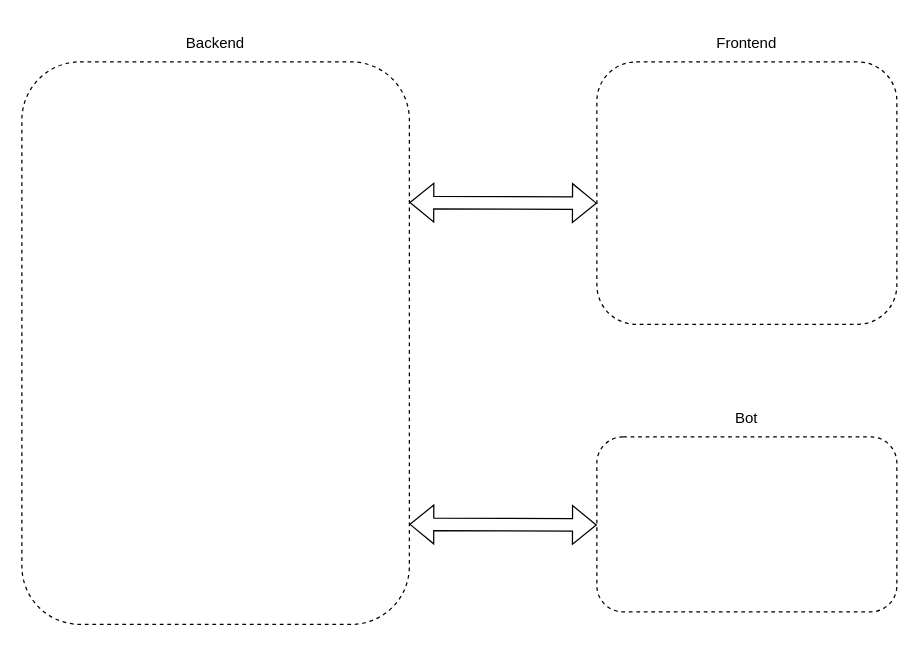
Earlier version of the draw.io diagram Untitled Diagram.drawio (nftPower88/CryptoGraphBot). Source tidied: cells renumbered, new cells numbered last; positions are measured from the earlier drawing's top-left corner, leaving out a move shared by most shapes. Both pictures are drawn from the tidied source at 125%, with x=0, y=0 at pixel (21, 24).
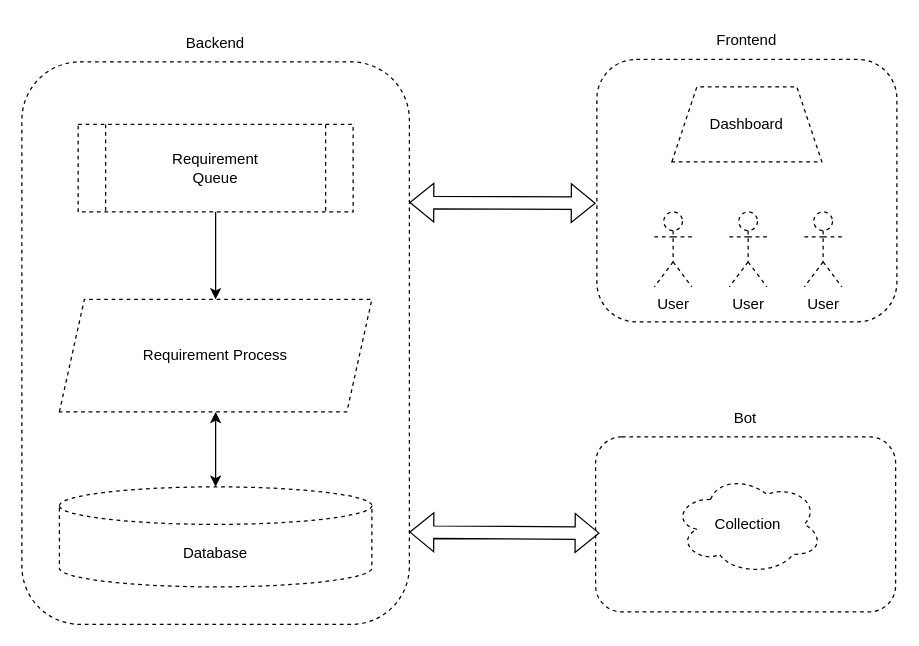
After the change.

Unchanged cells that the change refers to:
```xml
<mxCell id="2" style="group;dashed=1;strokeColor=none;fillColor=none;" parent="1" vertex="1">
  <mxGeometry width="310" height="480" as="geometry" />
</mxCell>
<mxCell id="3" style="rounded=1;whiteSpace=wrap;html=1;dashed=1;" parent="2" vertex="1">
  <mxGeometry y="30" width="310" height="450" as="geometry" />
</mxCell>
<mxCell id="6" style="rounded=1;whiteSpace=wrap;html=1;dashed=1;" parent="5" vertex="1">
  <mxGeometry y="30" width="240" height="210" as="geometry" />
</mxCell>
<mxCell id="9" style="rounded=1;whiteSpace=wrap;html=1;dashed=1;" parent="8" vertex="1">
  <mxGeometry y="30" width="240" height="140" as="geometry" />
</mxCell>
```

What changed in the source:
```diff
@@
+    <mxCell id="13" value="Requirement&lt;br&gt;Queue" style="shape=process;whiteSpace=wrap;html=1;backgroundOutline=1;dashed=1;strokeColor=#000000;fillColor=none;" parent="2" vertex="1">
+      <mxGeometry x="45" y="80" width="220" height="70" as="geometry" />
+    </mxCell>
+    <mxCell id="14" value="Database" style="shape=cylinder3;whiteSpace=wrap;html=1;boundedLbl=1;backgroundOutline=1;size=15;dashed=1;strokeColor=#000000;fillColor=none;" parent="2" vertex="1">
+      <mxGeometry x="30" y="370" width="250" height="80" as="geometry" />
+    </mxCell>
     <mxCell id="5" style="group;" parent="1" vertex="1">
-      <mxGeometry x="460" width="240" height="240" as="geometry" />
+      <mxGeometry x="460" y="-2" width="240" height="240" as="geometry" />
     </mxCell>
@@
+    <mxCell id="15" value="Dashboard" style="shape=trapezoid;perimeter=trapezoidPerimeter;whiteSpace=wrap;html=1;fixedSize=1;dashed=1;strokeColor=#000000;fillColor=none;" parent="5" vertex="1">
+      <mxGeometry x="60" y="52" width="120" height="60" as="geometry" />
+    </mxCell>
+    <mxCell id="16" value="User" style="shape=umlActor;verticalLabelPosition=bottom;verticalAlign=top;html=1;dashed=1;strokeColor=#000000;fillColor=none;" parent="5" vertex="1">
+      <mxGeometry x="46" y="152" width="30" height="60" as="geometry" />
+    </mxCell>
+    <mxCell id="17" value="User" style="shape=umlActor;verticalLabelPosition=bottom;verticalAlign=top;html=1;dashed=1;strokeColor=#000000;fillColor=none;" parent="5" vertex="1">
+      <mxGeometry x="106" y="152" width="30" height="60" as="geometry" />
+    </mxCell>
+    <mxCell id="18" value="User" style="shape=umlActor;verticalLabelPosition=bottom;verticalAlign=top;html=1;dashed=1;strokeColor=#000000;fillColor=none;" parent="5" vertex="1">
+      <mxGeometry x="166" y="152" width="30" height="60" as="geometry" />
+    </mxCell>
     <mxCell id="8" style="group;" parent="1" vertex="1">
-      <mxGeometry x="460" y="300" width="240" height="170" as="geometry" />
+      <mxGeometry x="459" y="300" width="240" height="170" as="geometry" />
     </mxCell>
@@
+    <mxCell id="19" value="Collection" style="ellipse;shape=cloud;whiteSpace=wrap;html=1;dashed=1;strokeColor=#000000;fillColor=none;" parent="8" vertex="1">
+      <mxGeometry x="62" y="60" width="120" height="80" as="geometry" />
+    </mxCell>
-    <mxCell id="11" style="shape=flexArrow;endArrow=classic;startArrow=classic;html=1;rounded=0;exitX=1;exitY=0.25;exitDx=0;exitDy=0;" parent="1" edge="1" source="3">
-      <mxGeometry relative="1" as="geometry">
-        <mxPoint x="460" y="143" as="targetPoint" />
-      </mxGeometry>
+    <mxCell id="11" style="shape=flexArrow;endArrow=classic;startArrow=classic;html=1;rounded=0;exitX=1;exitY=0.25;exitDx=0;exitDy=0;entryX=-0.004;entryY=0.548;entryDx=0;entryDy=0;entryPerimeter=0;" parent="1" edge="1" source="3" target="6">
+      <mxGeometry relative="1" as="geometry" />
     </mxCell>
-    <mxCell id="12" style="shape=flexArrow;endArrow=classic;startArrow=classic;html=1;rounded=0;exitX=1;exitY=0.25;exitDx=0;exitDy=0;" parent="1" edge="1">
-      <mxGeometry relative="1" as="geometry">
-        <mxPoint x="310" y="400" as="sourcePoint" />
-        <mxPoint x="460" y="400.5" as="targetPoint" />
-      </mxGeometry>
-    </mxCell>
+    <mxCell id="20" value="Requirement Process" style="shape=parallelogram;perimeter=parallelogramPerimeter;whiteSpace=wrap;html=1;fixedSize=1;fillColor=none;strokeColor=#000000;dashed=1;" parent="1" vertex="1">
+      <mxGeometry x="30" y="220" width="250" height="90" as="geometry" />
+    </mxCell>
+    <mxCell id="21" style="edgeStyle=orthogonalEdgeStyle;rounded=0;jettySize=auto;html=1;" parent="1" edge="1" source="13" target="20">
+      <mxGeometry relative="1" as="geometry" />
+    </mxCell>
+    <mxCell id="22" style="shape=flexArrow;endArrow=classic;startArrow=classic;html=1;rounded=0;exitX=1;exitY=0.836;exitDx=0;exitDy=0;exitPerimeter=0;entryX=0.013;entryY=0.55;entryDx=0;entryDy=0;entryPerimeter=0;" parent="1" edge="1" source="3" target="9">
+      <mxGeometry relative="1" as="geometry" />
+    </mxCell>
+    <mxCell id="23" style="endArrow=classic;startArrow=classic;html=1;rounded=0;entryX=0.5;entryY=1;entryDx=0;entryDy=0;exitX=0.5;exitY=0;exitDx=0;exitDy=0;exitPerimeter=0;" parent="1" edge="1" source="14" target="20">
+      <mxGeometry relative="1" as="geometry" />
+    </mxCell>
```
